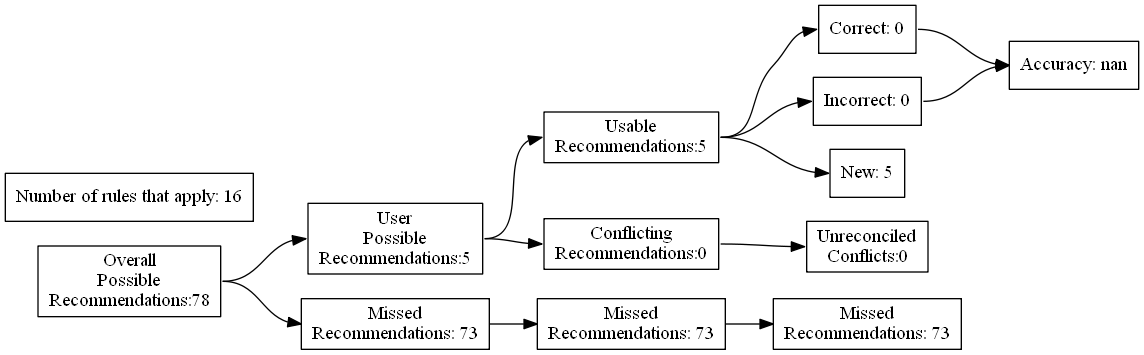
Before: test_renders/88.gv.png, a diagram exported from Graphviz (ZaxR/ibd_diet_analysis). Its source is kept beside it as test_renders/88.gv.
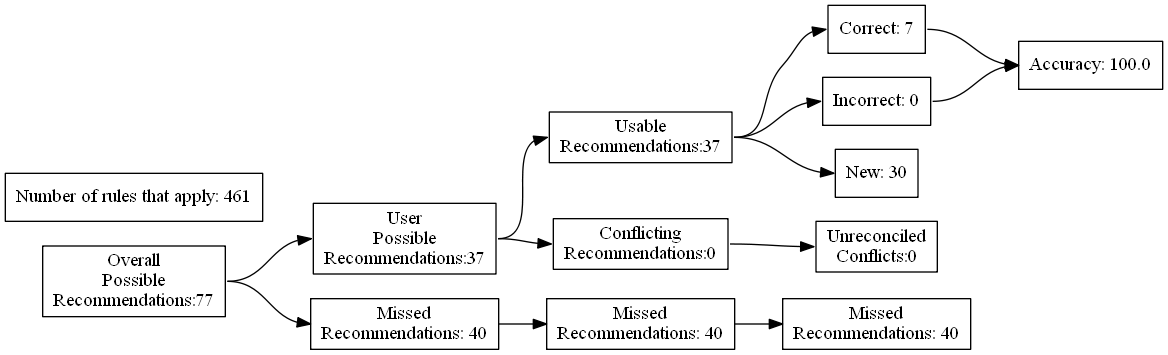
Above is the later version.

What changed in the source:
```diff
@@ -4,27 +4,27 @@
 	edge [headport=w tailport=e]
 		A [label="Overall
 Possible
-Recommendations:78"]
+Recommendations:77"]
 		B [label="User
 Possible
-Recommendations:5"]
+Recommendations:37"]
 		C [label="Missed
-Recommendations: 73"]
+Recommendations: 40"]
 		D [label="Usable
-Recommendations:5"]
+Recommendations:37"]
 		E [label="Conflicting
 Recommendations:0"]
 		J [label="Missed
-Recommendations: 73"]
+Recommendations: 40"]
 		M [label="Unreconciled
 Conflicts:0"]
-		F [label="Correct: 0"]
+		F [label="Correct: 7"]
 		G [label="Incorrect: 0"]
-		H [label="New: 5"]
+		H [label="New: 30"]
 		K [label="Missed
-Recommendations: 73"]
-		I [label="Accuracy: nan"]
-		l [label="Number of rules that apply: 16"]
+Recommendations: 40"]
+		I [label="Accuracy: 100.0"]
+		l [label="Number of rules that apply: 461"]
 			A -> B
 			A -> C
 			B -> D
```
